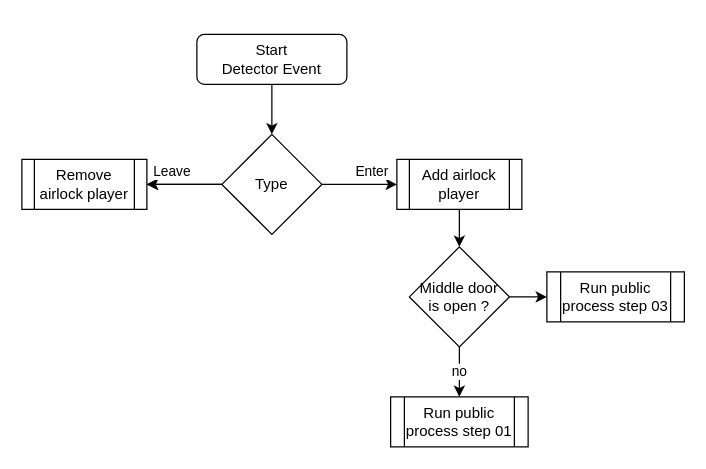
Above: page "Enter Event" (5 of 6) of Untitled Diagram.drawio in DualUniverse/PlayerStatistic (draw.io), before the change. Source tidied: cells renumbered, new cells numbered last; positions are measured from the earlier drawing's top-left corner, leaving out a move shared by most shapes. Both pictures are drawn from the tidied source at 125%, with x=0, y=0 at pixel (21, 34).
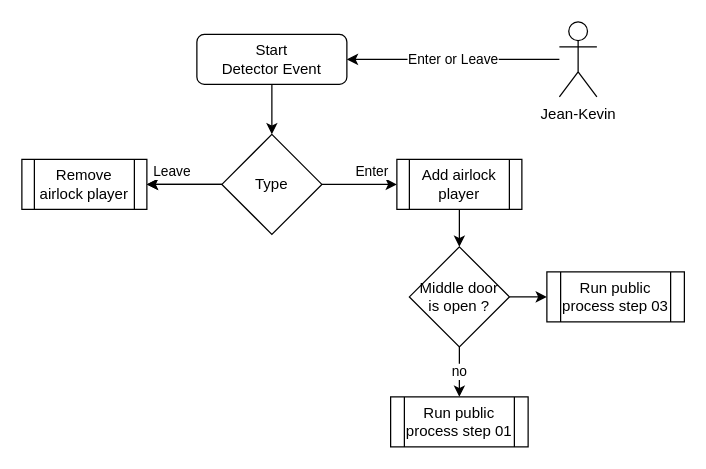
The same diagram, later.

Diff of the diagram source:
```diff
@@
 <mxGraphModel>
   <root>
     <mxCell id="0" />
     <mxCell id="1" parent="0" />
     <mxCell id="2" style="edgeStyle=orthogonalEdgeStyle;rounded=0;jettySize=auto;html=1;exitX=0.5;exitY=1;exitDx=0;exitDy=0;entryX=0.5;entryY=0;entryDx=0;entryDy=0;" parent="1" edge="1" source="3" target="7">
       <mxGeometry relative="1" as="geometry" />
     </mxCell>
     <mxCell id="3" value="Start&lt;br&gt;Detector Event" style="rounded=1;whiteSpace=wrap;html=1;fontSize=12;glass=0;strokeWidth=1;shadow=0;" parent="1" vertex="1">
       <mxGeometry x="140" width="120" height="40" as="geometry" />
     </mxCell>
     <mxCell id="4" style="edgeStyle=orthogonalEdgeStyle;rounded=0;jettySize=auto;html=1;exitX=0;exitY=0.5;exitDx=0;exitDy=0;" parent="1" edge="1" source="7" target="10">
       <mxGeometry relative="1" as="geometry" />
     </mxCell>
     <mxCell id="5" value="Enter" style="edgeStyle=orthogonalEdgeStyle;rounded=0;jettySize=auto;html=1;exitX=1;exitY=0.5;exitDx=0;exitDy=0;entryX=0;entryY=0.5;entryDx=0;entryDy=0;" parent="1" edge="1" source="7" target="9">
       <mxGeometry x="0.33" y="10" relative="1" as="geometry" />
     </mxCell>
     <mxCell id="6" value="Leave" style="edgeStyle=orthogonalEdgeStyle;rounded=0;jettySize=auto;html=1;" parent="1" edge="1" source="7" target="10">
       <mxGeometry x="0.33" y="-10" relative="1" as="geometry" />
     </mxCell>
     <mxCell id="7" value="Type" style="rhombus;whiteSpace=wrap;html=1;" parent="1" vertex="1">
       <mxGeometry x="160" y="80" width="80" height="80" as="geometry" />
     </mxCell>
     <mxCell id="8" value="no" style="edgeStyle=orthogonalEdgeStyle;rounded=0;jettySize=auto;html=1;exitX=0.5;exitY=1;exitDx=0;exitDy=0;entryX=0.5;entryY=0;entryDx=0;entryDy=0;" parent="1" edge="1" source="13" target="11">
       <mxGeometry relative="1" as="geometry" />
     </mxCell>
     <mxCell id="9" value="Add airlock player" style="shape=process;whiteSpace=wrap;html=1;backgroundOutline=1;" parent="1" vertex="1">
       <mxGeometry x="300" y="100" width="100" height="40" as="geometry" />
     </mxCell>
     <mxCell id="10" value="Remove airlock player" style="shape=process;whiteSpace=wrap;html=1;backgroundOutline=1;" parent="1" vertex="1">
       <mxGeometry y="100" width="100" height="40" as="geometry" />
     </mxCell>
     <mxCell id="11" value="Run public process step 01" style="shape=process;whiteSpace=wrap;html=1;backgroundOutline=1;" parent="1" vertex="1">
       <mxGeometry x="295" y="290" width="110" height="40" as="geometry" />
     </mxCell>
     <mxCell id="12" style="edgeStyle=orthogonalEdgeStyle;rounded=0;jettySize=auto;html=1;exitX=1;exitY=0.5;exitDx=0;exitDy=0;entryX=0;entryY=0.5;entryDx=0;entryDy=0;" parent="1" edge="1" source="13" target="15">
       <mxGeometry relative="1" as="geometry" />
     </mxCell>
     <mxCell id="13" value="Middle door&lt;br&gt;is open ?" style="rhombus;whiteSpace=wrap;html=1;" parent="1" vertex="1">
       <mxGeometry x="310" y="170" width="80" height="80" as="geometry" />
     </mxCell>
     <mxCell id="14" style="edgeStyle=orthogonalEdgeStyle;rounded=0;jettySize=auto;html=1;exitX=0.5;exitY=1;exitDx=0;exitDy=0;entryX=0.5;entryY=0;entryDx=0;entryDy=0;" parent="1" edge="1" source="9" target="13">
       <mxGeometry relative="1" as="geometry" />
     </mxCell>
     <mxCell id="15" value="Run public process step 03" style="shape=process;whiteSpace=wrap;html=1;backgroundOutline=1;" parent="1" vertex="1">
       <mxGeometry x="420" y="190" width="110" height="40" as="geometry" />
     </mxCell>
+    <mxCell id="16" value="Enter or Leave" style="edgeStyle=orthogonalEdgeStyle;rounded=0;jettySize=auto;html=1;" parent="1" edge="1" source="17" target="3">
+      <mxGeometry relative="1" as="geometry">
+        <Array as="points">
+          <mxPoint x="360" y="20" />
+          <mxPoint x="360" y="20" />
+        </Array>
+      </mxGeometry>
+    </mxCell>
+    <mxCell id="17" value="Jean-Kevin" style="shape=umlActor;verticalLabelPosition=bottom;verticalAlign=top;html=1;outlineConnect=0;" parent="1" vertex="1">
+      <mxGeometry x="430" y="-10" width="30" height="60" as="geometry" />
+    </mxCell>
   </root>
 </mxGraphModel>
```
